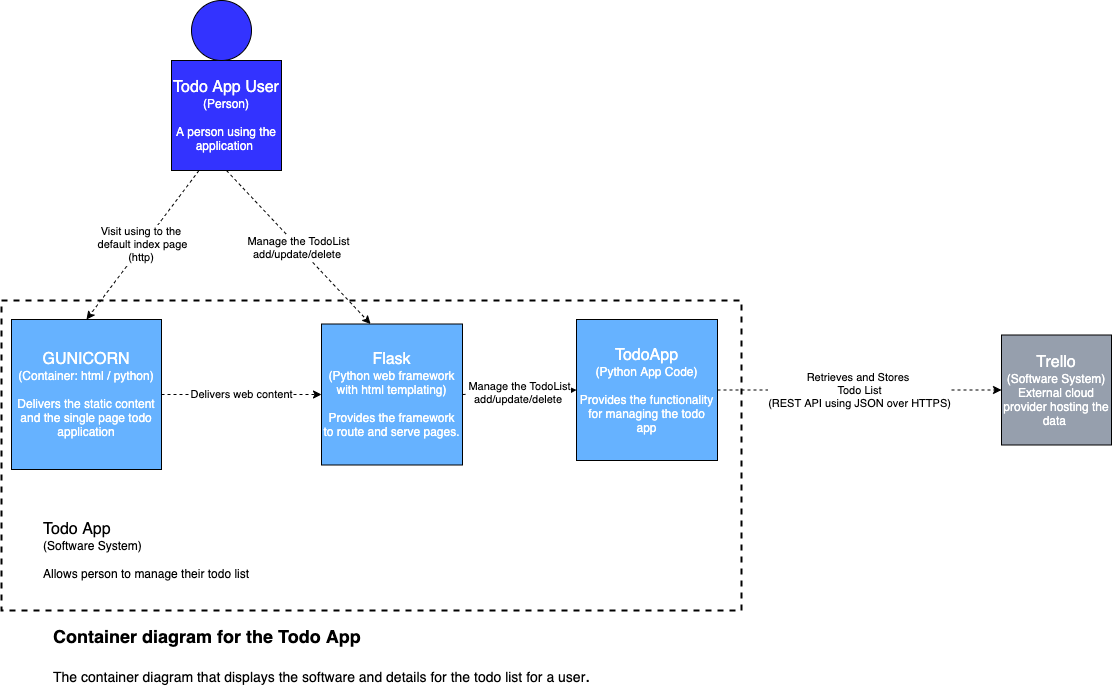
The draw.io diagram docs/container_todoapp.png in CorndelWithSoftwire/DevOps-Course-Starter, before a commit. Source tidied: cells renumbered, new cells last; positions are measured from the earlier drawing's top-left corner, leaving out a move shared by most shapes.
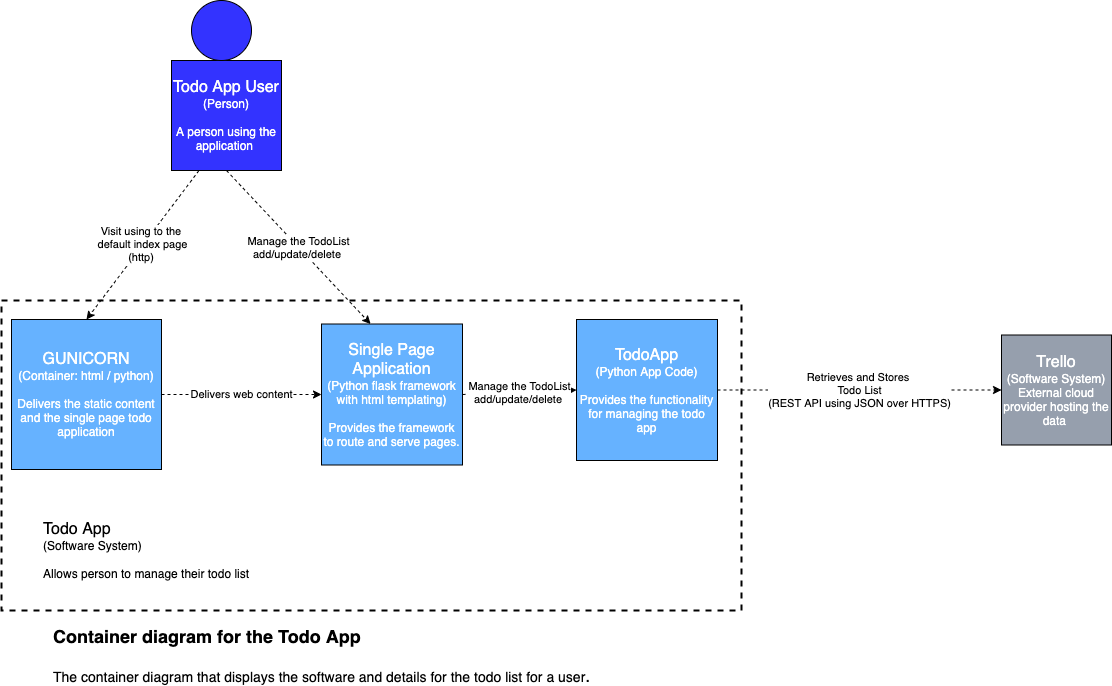
The same file after the commit.

What changed in the source:
```diff
@@ -29,7 +29,7 @@
     <mxCell id="10" value="&lt;font style=&quot;font-size: 16px&quot;&gt;Todo App&lt;/font&gt;&lt;br&gt;(Software System)&lt;br&gt;&lt;br&gt;Allows person to manage their todo list" style="text;html=1;strokeColor=none;fillColor=none;align=left;verticalAlign=middle;whiteSpace=wrap;rounded=0;dashed=1;" parent="1" vertex="1">
       <mxGeometry x="40" y="530" width="240" height="40" as="geometry" />
     </mxCell>
-    <mxCell id="11" value="&lt;font color=&quot;#ffffff&quot;&gt;&lt;font style=&quot;font-size: 16px&quot;&gt;Flask&lt;/font&gt;&lt;br&gt;(Python web framework with html templating)&lt;br&gt;&lt;br&gt;Provides the framework to route and serve pages.&lt;br&gt;&lt;/font&gt;" style="whiteSpace=wrap;html=1;fillColor=#66B2FF;" parent="1" vertex="1">
+    <mxCell id="11" value="&lt;font color=&quot;#ffffff&quot;&gt;&lt;font style=&quot;font-size: 16px&quot;&gt;Single Page Application&lt;/font&gt;&lt;br&gt;(Python flask&amp;nbsp;&lt;/font&gt;&lt;font color=&quot;#ffffff&quot;&gt;framework with html templating)&lt;br&gt;&lt;br&gt;Provides the framework to route and serve pages.&lt;br&gt;&lt;/font&gt;" style="whiteSpace=wrap;html=1;fillColor=#66B2FF;" parent="1" vertex="1">
       <mxGeometry x="320" y="323.5" width="141" height="141" as="geometry" />
     </mxCell>
     <mxCell id="12" value="&lt;font color=&quot;#ffffff&quot;&gt;&lt;font style=&quot;font-size: 16px&quot;&gt;TodoApp&lt;/font&gt;&lt;br&gt;(Python App Code)&lt;br&gt;&lt;br&gt;Provides the functionality for managing the todo app&lt;br&gt;&lt;/font&gt;" style="whiteSpace=wrap;html=1;fillColor=#66B2FF;" parent="1" vertex="1">
```
